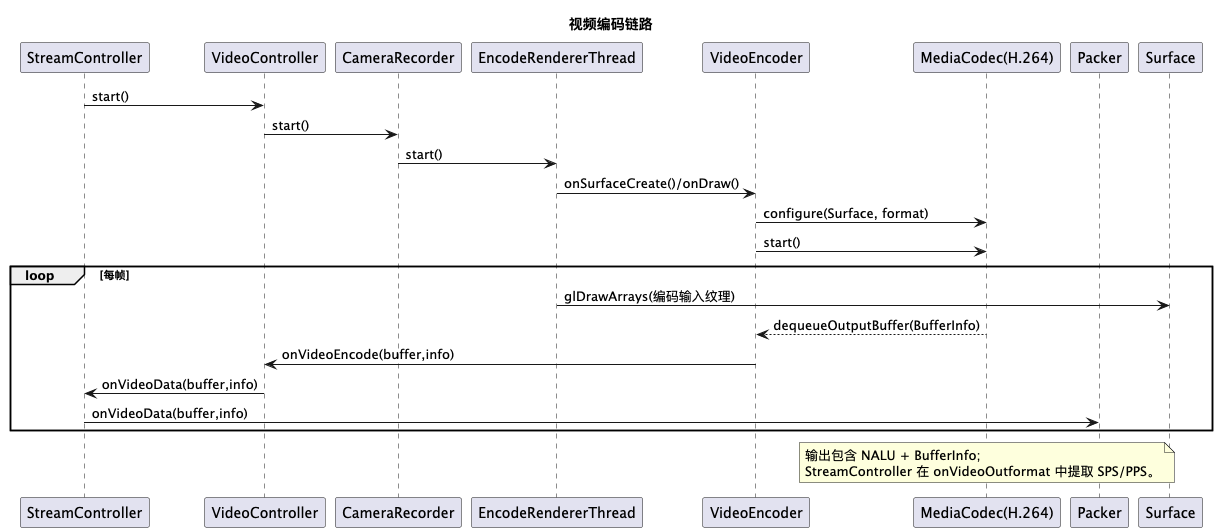
sunlulu427/MixedStream keeps this PlantUML diagram as docs/generated/video_encode.png. Above is the earlier version. Source of this version:
```plantuml
@startuml
title 视频编码链路

participant StreamController
participant VideoController
participant CameraRecorder
participant "EncodeRendererThread" as EncodeGL
participant VideoEncoder
participant "MediaCodec(H.264)" as MediaCodec
participant Packer

StreamController -> VideoController: start()
VideoController -> CameraRecorder: start()
CameraRecorder -> EncodeGL: start()
EncodeGL -> VideoEncoder: onSurfaceCreate()/onDraw()
VideoEncoder -> MediaCodec: configure(Surface, format)
VideoEncoder -> MediaCodec: start()

loop 每帧
  EncodeGL -> Surface: glDrawArrays(编码输入纹理)
  MediaCodec --> VideoEncoder: dequeueOutputBuffer(BufferInfo)
  VideoEncoder -> VideoController: onVideoEncode(buffer,info)
  VideoController -> StreamController: onVideoData(buffer,info)
  StreamController -> Packer: onVideoData(buffer,info)
end

note over MediaCodec
输出包含 NALU + BufferInfo;
StreamController 在 onVideoOutformat 中提取 SPS/PPS。
end note

@enduml
```
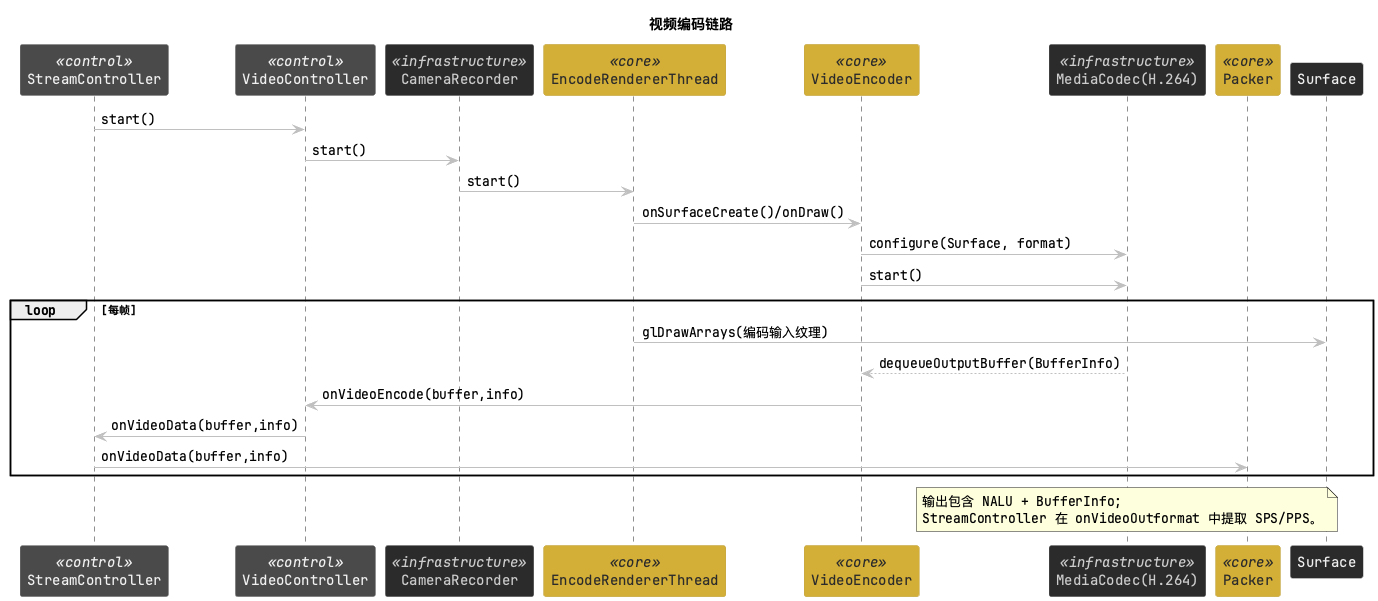
The same diagram one commit later.

What changed in the source:
```diff
@@ -1,13 +1,36 @@
 @startuml
 title 视频编码链路
 
-participant StreamController
-participant VideoController
-participant CameraRecorder
-participant "EncodeRendererThread" as EncodeGL
-participant VideoEncoder
-participant "MediaCodec(H.264)" as MediaCodec
-participant Packer
+skinparam participant {
+  BackgroundColor #2b2b2b
+  BorderColor #999999
+  FontColor #f0f0f0
+}
+skinparam participant<<control>> {
+  BackgroundColor #4a4a4a
+  BorderColor #777777
+  FontColor #f0f0f0
+}
+skinparam participant<<core>> {
+  BackgroundColor #D4AF37
+  BorderColor #B8941F
+  FontColor #2b2b2b
+}
+skinparam participant<<infrastructure>> {
+  BackgroundColor #2b2b2b
+  BorderColor #555555
+  FontColor #cccccc
+}
+skinparam ArrowColor #c0c0c0
+skinparam defaultFontName "JetBrains Mono"
+
+participant StreamController <<control>>
+participant VideoController <<control>>
+participant CameraRecorder <<infrastructure>>
+participant "EncodeRendererThread" as EncodeGL <<core>>
+participant VideoEncoder <<core>>
+participant "MediaCodec(H.264)" as MediaCodec <<infrastructure>>
+participant Packer <<core>>
 
 StreamController -> VideoController: start()
 VideoController -> CameraRecorder: start()
```
